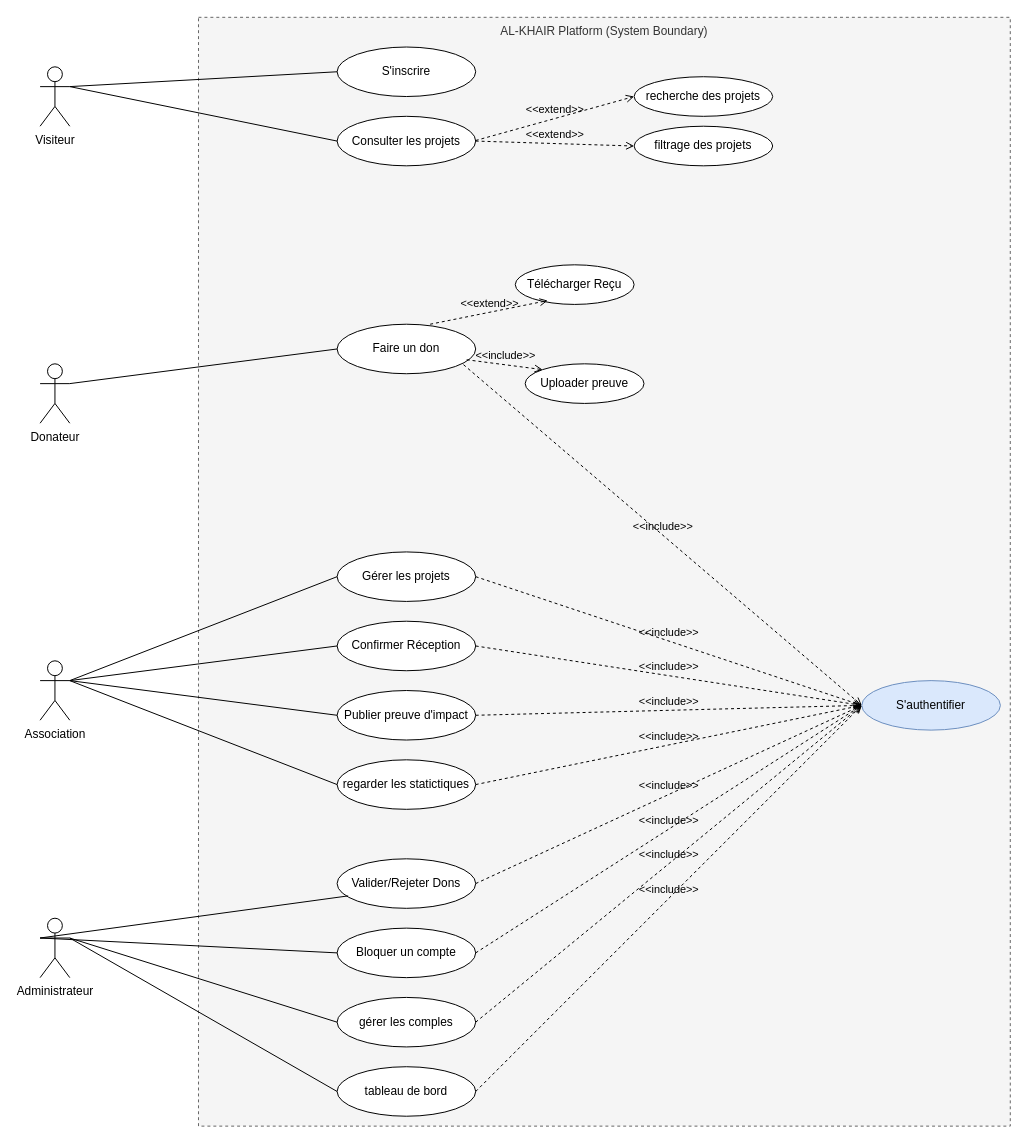
This is diagramme_use_case.drawio from khadijaabirat/fil-rouge, a draw.io file, before an edit. Source tidied: cells renumbered, new cells numbered last; positions are measured from the earlier drawing's top-left corner, leaving out a move shared by most shapes. Both pictures are drawn from the tidied source at 99%, with x=0, y=0 at pixel (40, 17).
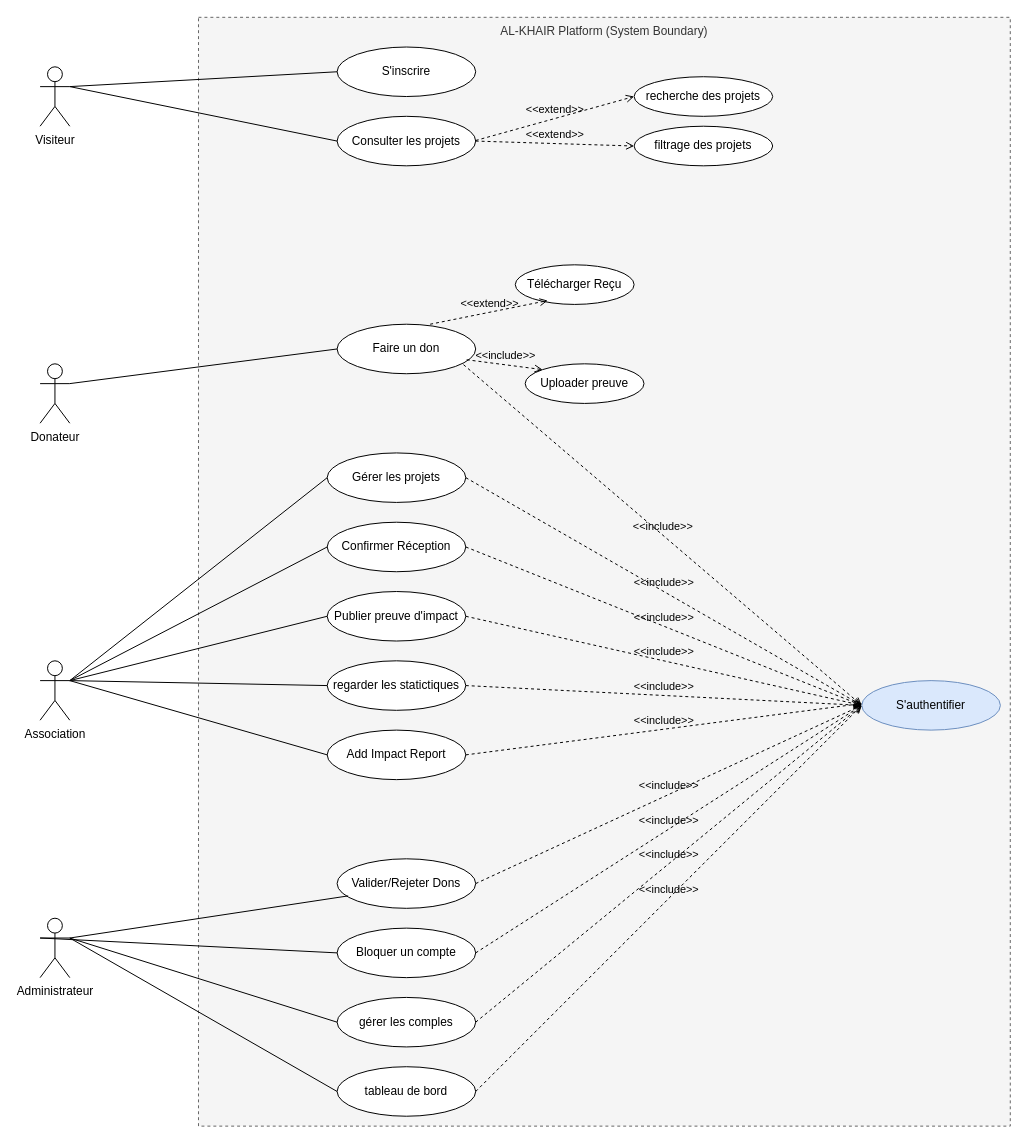
The same diagram, later.

Commit message (it also covers changes not shown here):
diagramme-de-classe

The change refers to these unchanged cells:
```xml
<mxCell id="5" value="Association" style="shape=umlActor;verticalLabelPosition=bottom;verticalAlign=top;html=1;outlineColor=#000000;" parent="1" vertex="1">
  <mxGeometry y="650" width="30" height="60" as="geometry" />
</mxCell>
<mxCell id="6" value="Administrateur" style="shape=umlActor;verticalLabelPosition=bottom;verticalAlign=top;html=1;outlineColor=#000000;" parent="1" vertex="1">
  <mxGeometry y="910" width="30" height="60" as="geometry" />
</mxCell>
<mxCell id="9" value="S'authentifier" style="ellipse;whiteSpace=wrap;html=1;fillColor=#dae8fc;strokeColor=#6c8ebf;" parent="1" vertex="1">
  <mxGeometry x="830" y="670" width="140" height="50" as="geometry" />
</mxCell>
<mxCell id="16" value="Valider/Rejeter Dons" style="ellipse;whiteSpace=wrap;html=1;" parent="1" vertex="1">
  <mxGeometry x="300" y="850" width="140" height="50" as="geometry" />
</mxCell>
```

Diff of the diagram source:
```diff
@@
     <mxCell id="13" value="Gérer les projets" style="ellipse;whiteSpace=wrap;html=1;" parent="1" vertex="1">
-      <mxGeometry x="300" y="540" width="140" height="50" as="geometry" />
+      <mxGeometry x="290" y="440" width="140" height="50" as="geometry" />
     </mxCell>
     <mxCell id="14" value="Confirmer Réception" style="ellipse;whiteSpace=wrap;html=1;" parent="1" vertex="1">
-      <mxGeometry x="300" y="610" width="140" height="50" as="geometry" />
+      <mxGeometry x="290" y="510" width="140" height="50" as="geometry" />
     </mxCell>
     <mxCell id="15" value="Publier preuve d'impact" style="ellipse;whiteSpace=wrap;html=1;" parent="1" vertex="1">
-      <mxGeometry x="300" y="680" width="140" height="50" as="geometry" />
+      <mxGeometry x="290" y="580" width="140" height="50" as="geometry" />
     </mxCell>
@@
-    <mxCell id="23" style="endArrow=none;html=1;exitX=0;exitY=0.333;entryX=0.08;entryY=0.749;rounded=0;entryDx=0;entryDy=0;entryPerimeter=0;" parent="1" edge="1" source="6" target="16">
-      <mxGeometry relative="1" as="geometry" />
+    <mxCell id="23" style="endArrow=none;html=1;entryX=0.08;entryY=0.749;rounded=0;entryDx=0;entryDy=0;entryPerimeter=0;" parent="1" edge="1" target="16">
+      <mxGeometry relative="1" as="geometry">
+        <mxPoint x="30" y="930" as="sourcePoint" />
+      </mxGeometry>
     </mxCell>
@@
     <mxCell id="32" value="regarder les statictiques" style="ellipse;whiteSpace=wrap;html=1;" parent="1" vertex="1">
-      <mxGeometry x="300" y="750" width="140" height="50" as="geometry" />
+      <mxGeometry x="290" y="650" width="140" height="50" as="geometry" />
     </mxCell>
@@
+    <mxCell id="47" value="Add Impact Report" style="ellipse;whiteSpace=wrap;html=1;" parent="1" vertex="1">
+      <mxGeometry x="290" y="720" width="140" height="50" as="geometry" />
+    </mxCell>
+    <mxCell id="48" style="endArrow=none;html=1;exitX=1;exitY=0.3333333333333333;entryX=0;entryY=0.5;rounded=0;exitDx=0;exitDy=0;exitPerimeter=0;entryDx=0;entryDy=0;" parent="1" edge="1" source="5" target="47">
+      <mxGeometry relative="1" as="geometry" />
+    </mxCell>
+    <mxCell id="49" value="&amp;lt;&amp;lt;include&amp;gt;&amp;gt;" style="html=1;verticalAlign=bottom;labelBackgroundColor=none;endArrow=open;endFill=0;dashed=1;rounded=0;exitX=1;exitY=0.5;exitDx=0;exitDy=0;entryX=0.004;entryY=0.462;entryDx=0;entryDy=0;entryPerimeter=0;" parent="1" edge="1" source="47" target="9">
+      <mxGeometry relative="1" as="geometry" />
+    </mxCell>
```
